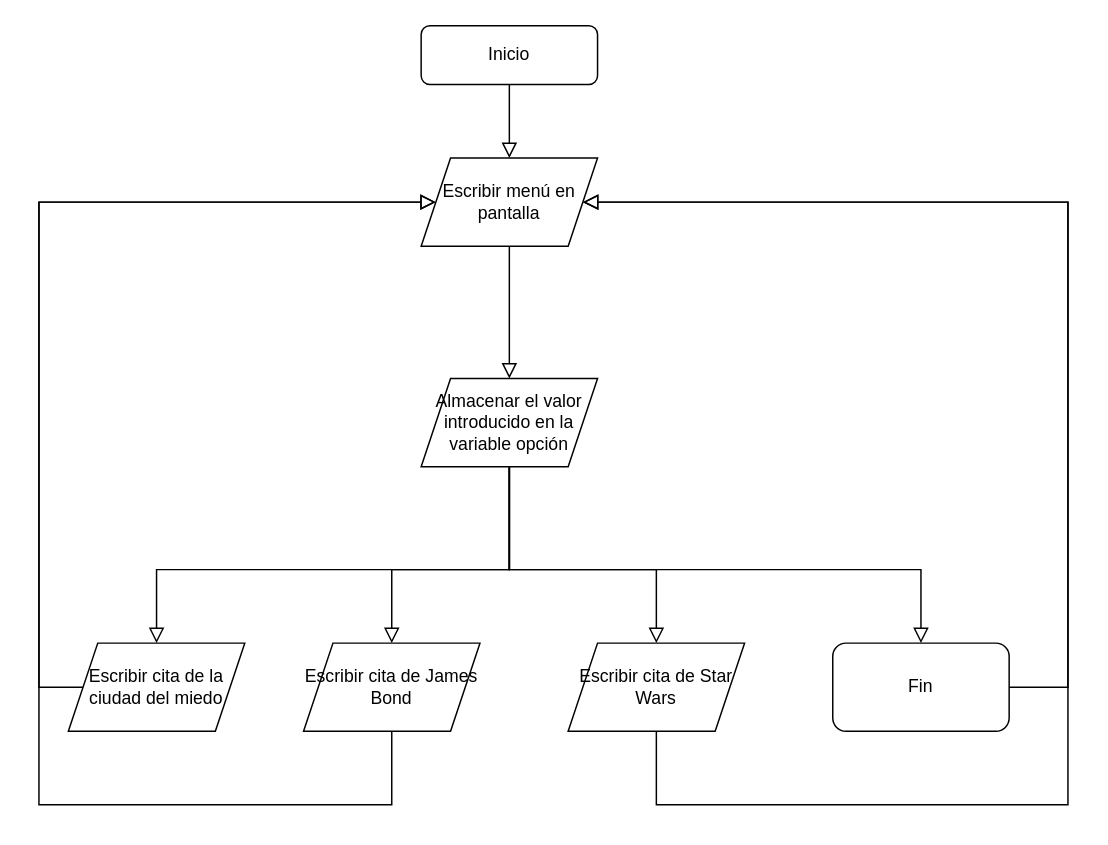
Above: Diagramas de flujo/citasPeliculas.drawio in Patriesc/LosBucles (draw.io), before the change. Source tidied: cells renumbered, new cells numbered last; positions are measured from the earlier drawing's top-left corner, leaving out a move shared by most shapes. Both pictures are drawn from the tidied source at 147%, with x=0, y=0 at pixel (38, 25).
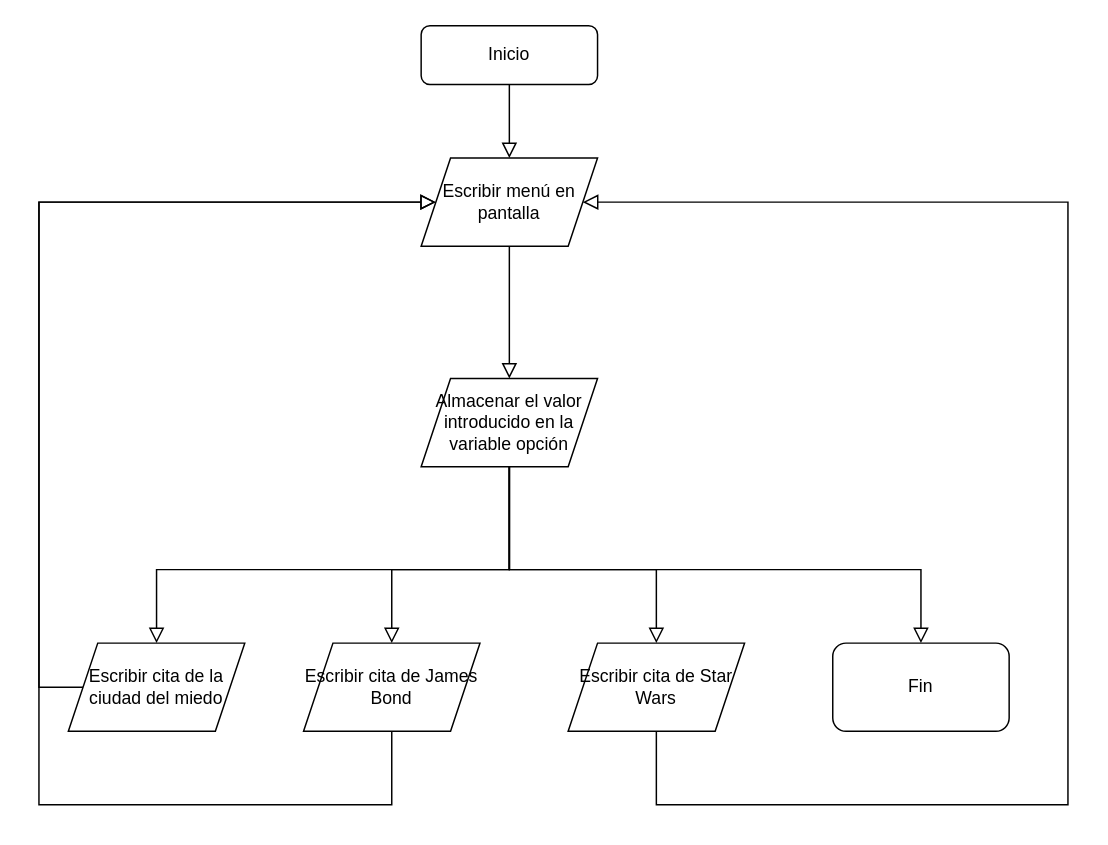
The same page after the edit.

The change refers to these unchanged cells:
```xml
<mxCell id="4" value="Escribir menú en pantalla" style="shape=parallelogram;perimeter=parallelogramPerimeter;whiteSpace=wrap;html=1;fixedSize=1;" parent="1" vertex="1">
  <mxGeometry x="260" y="90" width="120" height="60" as="geometry" />
</mxCell>
<mxCell id="11" value="Fin" style="rounded=1;whiteSpace=wrap;html=1;" parent="1" vertex="1">
  <mxGeometry x="540" y="420" width="120" height="60" as="geometry" />
</mxCell>
```

What changed in the source:
```diff
@@
-    <mxCell id="16" style="rounded=0;html=1;jettySize=auto;fontSize=11;endArrow=block;endFill=0;endSize=8;strokeWidth=1;shadow=0;labelBackgroundColor=none;edgeStyle=orthogonalEdgeStyle;exitX=1;exitY=0.5;exitDx=0;exitDy=0;entryX=1;entryY=0.5;entryDx=0;entryDy=0;" parent="1" edge="1" source="11" target="4">
-      <mxGeometry relative="1" as="geometry">
-        <Array as="points">
-          <mxPoint x="700" y="450" />
-          <mxPoint x="700" y="120" />
-        </Array>
-      </mxGeometry>
-    </mxCell>
```
